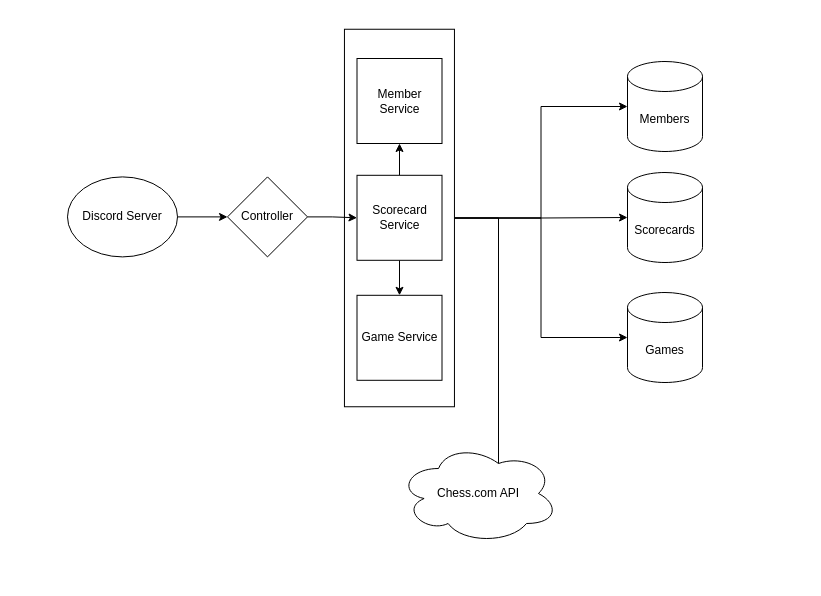
Before: chessticle-bot-architecture.drawio in demetriusmurray/discord-chess-scorecard, a draw.io diagram. Source tidied: cells renumbered, new cells numbered last; positions are measured from the earlier drawing's top-left corner, leaving out a move shared by most shapes. Both pictures are drawn from the tidied source at 100%, with x=0, y=0 at pixel (67, 58).
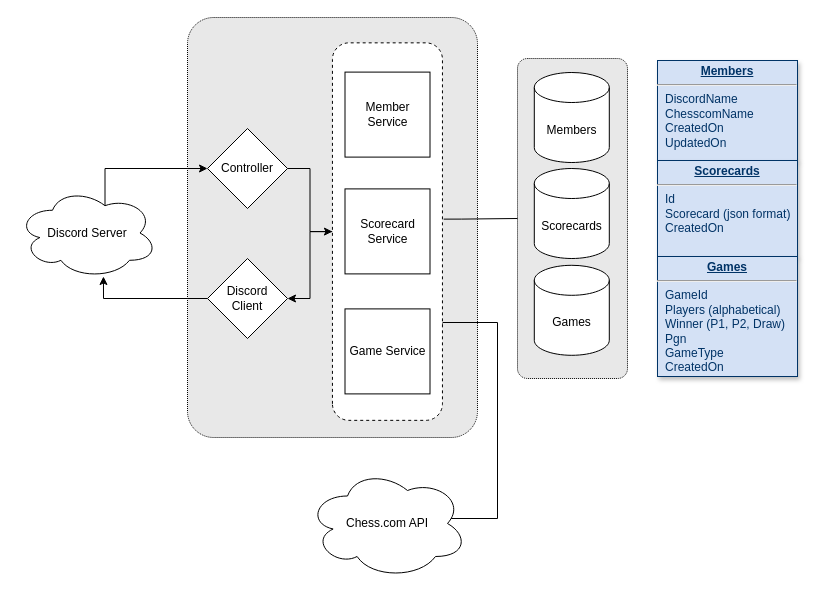
The same page after the edit.

What changed in the source:
```diff
@@
-    <mxCell id="2" style="edgeStyle=orthogonalEdgeStyle;rounded=0;jettySize=auto;html=1;exitX=0.5;exitY=1;exitDx=0;exitDy=0;entryX=0;entryY=0.5;entryDx=0;entryDy=0;entryPerimeter=0;" parent="1" edge="1" source="6" target="7">
-      <mxGeometry relative="1" as="geometry" />
-    </mxCell>
-    <mxCell id="3" style="edgeStyle=orthogonalEdgeStyle;rounded=0;jettySize=auto;html=1;exitX=0.5;exitY=1;exitDx=0;exitDy=0;entryX=0;entryY=0.5;entryDx=0;entryDy=0;entryPerimeter=0;" parent="1" edge="1" source="6" target="8">
-      <mxGeometry relative="1" as="geometry" />
-    </mxCell>
-    <mxCell id="4" style="edgeStyle=orthogonalEdgeStyle;rounded=0;jettySize=auto;html=1;exitX=0.5;exitY=1;exitDx=0;exitDy=0;entryX=0;entryY=0.5;entryDx=0;entryDy=0;entryPerimeter=0;" parent="1" edge="1" source="6" target="9">
-      <mxGeometry relative="1" as="geometry" />
-    </mxCell>
+    <mxCell id="20" style="rounded=1;whiteSpace=wrap;html=1;arcSize=9;dashed=1;dashPattern=1 1;fillColor=#E8E8E8;" parent="1" vertex="1">
+      <mxGeometry x="450" width="110" height="320" as="geometry" />
+    </mxCell>
+    <mxCell id="21" style="rounded=1;whiteSpace=wrap;html=1;arcSize=9;dashed=1;dashPattern=1 1;fillColor=#E8E8E8;" parent="1" vertex="1">
+      <mxGeometry x="120" y="-41" width="290" height="420" as="geometry" />
+    </mxCell>
+    <mxCell id="22" style="edgeStyle=orthogonalEdgeStyle;rounded=0;jettySize=auto;html=1;exitX=0.5;exitY=0;exitDx=0;exitDy=0;entryX=1;entryY=0.5;entryDx=0;entryDy=0;" parent="1" edge="1" source="6" target="28">
+      <mxGeometry relative="1" as="geometry" />
+    </mxCell>
+    <mxCell id="23" style="edgeStyle=orthogonalEdgeStyle;rounded=0;jettySize=auto;html=1;exitX=0.533;exitY=1.011;exitDx=0;exitDy=0;entryX=0;entryY=0.5;entryDx=0;entryDy=0;exitPerimeter=0;endArrow=none;endFill=0;" parent="1" edge="1" source="6" target="20">
+      <mxGeometry relative="1" as="geometry">
+        <Array as="points">
+          <mxPoint x="394" y="160" />
+        </Array>
+      </mxGeometry>
+    </mxCell>
-    <mxCell id="5" style="edgeStyle=orthogonalEdgeStyle;rounded=0;jettySize=auto;html=1;exitX=0.5;exitY=1;exitDx=0;exitDy=0;entryX=0.625;entryY=0.3;entryDx=0;entryDy=0;entryPerimeter=0;" parent="1" edge="1" source="6" target="15">
-      <mxGeometry relative="1" as="geometry" />
+    <mxCell id="5" style="edgeStyle=orthogonalEdgeStyle;rounded=0;jettySize=auto;html=1;exitX=0.25;exitY=1;exitDx=0;exitDy=0;entryX=0.875;entryY=0.5;entryDx=0;entryDy=0;entryPerimeter=0;" parent="1" edge="1" source="6" target="15">
+      <mxGeometry relative="1" as="geometry">
+        <Array as="points">
+          <mxPoint x="375" y="264" />
+          <mxPoint x="430" y="264" />
+          <mxPoint x="430" y="460" />
+          <mxPoint x="380" y="460" />
+        </Array>
+      </mxGeometry>
     </mxCell>
-    <mxCell id="6" style="rounded=0;whiteSpace=wrap;html=1;rotation=-90;" parent="1" vertex="1">
-      <mxGeometry x="143.2" y="104.5" width="377.5" height="110" as="geometry" />
+    <mxCell id="6" style="rounded=1;whiteSpace=wrap;html=1;rotation=-90;dashed=1;" parent="1" vertex="1">
+      <mxGeometry x="131.2" y="118.1" width="377.5" height="110" as="geometry" />
     </mxCell>
     <mxCell id="7" value="Scorecards" style="shape=cylinder3;whiteSpace=wrap;html=1;boundedLbl=1;backgroundOutline=1;size=15;" parent="1" vertex="1">
-      <mxGeometry x="560" y="114" width="75" height="90" as="geometry" />
+      <mxGeometry x="466.8" y="110" width="75" height="90" as="geometry" />
     </mxCell>
     <mxCell id="8" value="Members" style="shape=cylinder3;whiteSpace=wrap;html=1;boundedLbl=1;backgroundOutline=1;size=15;" parent="1" vertex="1">
-      <mxGeometry x="560" y="3" width="75" height="90" as="geometry" />
+      <mxGeometry x="466.8" y="14" width="75" height="90" as="geometry" />
     </mxCell>
     <mxCell id="9" value="Games" style="shape=cylinder3;whiteSpace=wrap;html=1;boundedLbl=1;backgroundOutline=1;size=15;" parent="1" vertex="1">
-      <mxGeometry x="560" y="234" width="75" height="90" as="geometry" />
+      <mxGeometry x="466.8" y="206.8" width="75" height="90" as="geometry" />
     </mxCell>
-    <mxCell id="10" style="edgeStyle=orthogonalEdgeStyle;rounded=0;jettySize=auto;html=1;exitX=0.5;exitY=0;exitDx=0;exitDy=0;entryX=0.5;entryY=1;entryDx=0;entryDy=0;" parent="1" edge="1" source="12" target="13">
-      <mxGeometry relative="1" as="geometry" />
-    </mxCell>
-    <mxCell id="11" style="edgeStyle=orthogonalEdgeStyle;rounded=0;jettySize=auto;html=1;exitX=0.5;exitY=1;exitDx=0;exitDy=0;entryX=0.5;entryY=0;entryDx=0;entryDy=0;" parent="1" edge="1" source="12" target="14">
-      <mxGeometry relative="1" as="geometry" />
-    </mxCell>
     <mxCell id="12" value="Scorecard Service" style="whiteSpace=wrap;html=1;" parent="1" vertex="1">
-      <mxGeometry x="289.5" y="116.8" width="85" height="85" as="geometry" />
+      <mxGeometry x="277.5" y="130.4" width="85" height="85" as="geometry" />
     </mxCell>
     <mxCell id="13" value="Member&lt;br&gt;Service" style="whiteSpace=wrap;html=1;" parent="1" vertex="1">
-      <mxGeometry x="289.5" width="85" height="85" as="geometry" />
+      <mxGeometry x="277.5" y="13.6" width="85" height="85" as="geometry" />
     </mxCell>
     <mxCell id="14" value="Game Service" style="whiteSpace=wrap;html=1;" parent="1" vertex="1">
-      <mxGeometry x="289.5" y="236.8" width="85" height="85" as="geometry" />
+      <mxGeometry x="277.5" y="250.4" width="85" height="85" as="geometry" />
     </mxCell>
     <mxCell id="15" value="Chess.com API" style="ellipse;shape=cloud;whiteSpace=wrap;html=1;" parent="1" vertex="1">
-      <mxGeometry x="331" y="385" width="160" height="100" as="geometry" />
+      <mxGeometry x="240" y="410" width="160" height="110" as="geometry" />
     </mxCell>
-    <mxCell id="16" style="edgeStyle=orthogonalEdgeStyle;rounded=0;jettySize=auto;html=1;exitX=1;exitY=0.5;exitDx=0;exitDy=0;entryX=0;entryY=0.5;entryDx=0;entryDy=0;" parent="1" edge="1" source="17" target="19">
-      <mxGeometry relative="1" as="geometry" />
+    <mxCell id="16" style="rounded=0;jettySize=auto;html=1;entryX=0;entryY=0.5;entryDx=0;entryDy=0;edgeStyle=orthogonalEdgeStyle;exitX=0.625;exitY=0.2;exitDx=0;exitDy=0;exitPerimeter=0;" parent="1" edge="1" source="17" target="19">
+      <mxGeometry relative="1" as="geometry">
+        <Array as="points">
+          <mxPoint x="38" y="110" />
+        </Array>
+      </mxGeometry>
     </mxCell>
-    <mxCell id="17" value="Discord Server" style="ellipse;whiteSpace=wrap;html=1;" parent="1" vertex="1">
-      <mxGeometry y="118.4" width="110" height="80" as="geometry" />
-    </mxCell>
-    <mxCell id="18" style="edgeStyle=orthogonalEdgeStyle;rounded=0;jettySize=auto;html=1;exitX=1;exitY=0.5;exitDx=0;exitDy=0;entryX=0;entryY=0.5;entryDx=0;entryDy=0;" parent="1" edge="1" source="19" target="12">
+    <mxCell id="18" style="rounded=0;jettySize=auto;html=1;exitX=1;exitY=0.5;exitDx=0;exitDy=0;entryX=0.5;entryY=0;entryDx=0;entryDy=0;edgeStyle=orthogonalEdgeStyle;" parent="1" edge="1" source="19" target="6">
       <mxGeometry relative="1" as="geometry" />
     </mxCell>
     <mxCell id="19" value="Controller" style="rhombus;whiteSpace=wrap;html=1;" parent="1" vertex="1">
-      <mxGeometry x="160" y="118.4" width="80" height="80" as="geometry" />
+      <mxGeometry x="140" y="70" width="80" height="80" as="geometry" />
     </mxCell>
+    <mxCell id="24" value="&lt;p style=&quot;margin: 0px ; margin-top: 4px ; text-align: center ; text-decoration: underline&quot;&gt;&lt;strong&gt;Members&lt;/strong&gt;&lt;/p&gt;&lt;hr&gt;&lt;p style=&quot;margin: 0px ; margin-left: 8px&quot;&gt;DiscordName&lt;/p&gt;&lt;p style=&quot;margin: 0px ; margin-left: 8px&quot;&gt;ChesscomName&lt;/p&gt;&lt;p style=&quot;margin: 0px ; margin-left: 8px&quot;&gt;CreatedOn&lt;/p&gt;&lt;p style=&quot;margin: 0px ; margin-left: 8px&quot;&gt;UpdatedOn&lt;/p&gt;" style="verticalAlign=top;align=left;overflow=fill;fontSize=12;fontFamily=Helvetica;html=1;strokeColor=#003366;shadow=1;fillColor=#D4E1F5;fontColor=#003366;" parent="1" vertex="1">
+      <mxGeometry x="590" y="2" width="140" height="100" as="geometry" />
+    </mxCell>
+    <mxCell id="25" value="&lt;p style=&quot;margin: 0px ; margin-top: 4px ; text-align: center ; text-decoration: underline&quot;&gt;&lt;strong&gt;Scorecards&lt;/strong&gt;&lt;/p&gt;&lt;hr&gt;&lt;p style=&quot;margin: 0px ; margin-left: 8px&quot;&gt;Id&lt;/p&gt;&lt;p style=&quot;margin: 0px ; margin-left: 8px&quot;&gt;Scorecard (json format)&lt;/p&gt;&lt;p style=&quot;margin: 0px ; margin-left: 8px&quot;&gt;CreatedOn&lt;/p&gt;" style="verticalAlign=top;align=left;overflow=fill;fontSize=12;fontFamily=Helvetica;html=1;strokeColor=#003366;shadow=1;fillColor=#D4E1F5;fontColor=#003366;" parent="1" vertex="1">
+      <mxGeometry x="590" y="102" width="140" height="96" as="geometry" />
+    </mxCell>
+    <mxCell id="26" value="&lt;p style=&quot;margin: 0px ; margin-top: 4px ; text-align: center ; text-decoration: underline&quot;&gt;&lt;strong&gt;Games&lt;/strong&gt;&lt;/p&gt;&lt;hr&gt;&lt;p style=&quot;margin: 0px ; margin-left: 8px&quot;&gt;GameId&lt;/p&gt;&lt;p style=&quot;margin: 0px ; margin-left: 8px&quot;&gt;Players (alphabetical)&lt;/p&gt;&lt;p style=&quot;margin: 0px ; margin-left: 8px&quot;&gt;Winner (P1, P2, Draw)&lt;/p&gt;&lt;p style=&quot;margin: 0px ; margin-left: 8px&quot;&gt;Pgn&lt;/p&gt;&lt;p style=&quot;margin: 0px ; margin-left: 8px&quot;&gt;GameType&lt;/p&gt;&lt;p style=&quot;margin: 0px ; margin-left: 8px&quot;&gt;CreatedOn&lt;/p&gt;" style="verticalAlign=top;align=left;overflow=fill;fontSize=12;fontFamily=Helvetica;html=1;strokeColor=#003366;shadow=1;fillColor=#D4E1F5;fontColor=#003366;" parent="1" vertex="1">
+      <mxGeometry x="590" y="198" width="140" height="120" as="geometry" />
+    </mxCell>
+    <mxCell id="27" style="edgeStyle=orthogonalEdgeStyle;rounded=0;jettySize=auto;html=1;exitX=0;exitY=0.5;exitDx=0;exitDy=0;entryX=0.614;entryY=0.978;entryDx=0;entryDy=0;entryPerimeter=0;" parent="1" edge="1" source="28" target="17">
+      <mxGeometry relative="1" as="geometry">
+        <Array as="points">
+          <mxPoint x="36" y="240" />
+        </Array>
+      </mxGeometry>
+    </mxCell>
+    <mxCell id="28" value="Discord&lt;br&gt;Client" style="rhombus;whiteSpace=wrap;html=1;" parent="1" vertex="1">
+      <mxGeometry x="140" y="200" width="80" height="80" as="geometry" />
+    </mxCell>
+    <mxCell id="17" value="Discord Server" style="ellipse;shape=cloud;whiteSpace=wrap;html=1;" parent="1" vertex="1">
+      <mxGeometry x="-50" y="129" width="140" height="91" as="geometry" />
+    </mxCell>
```
